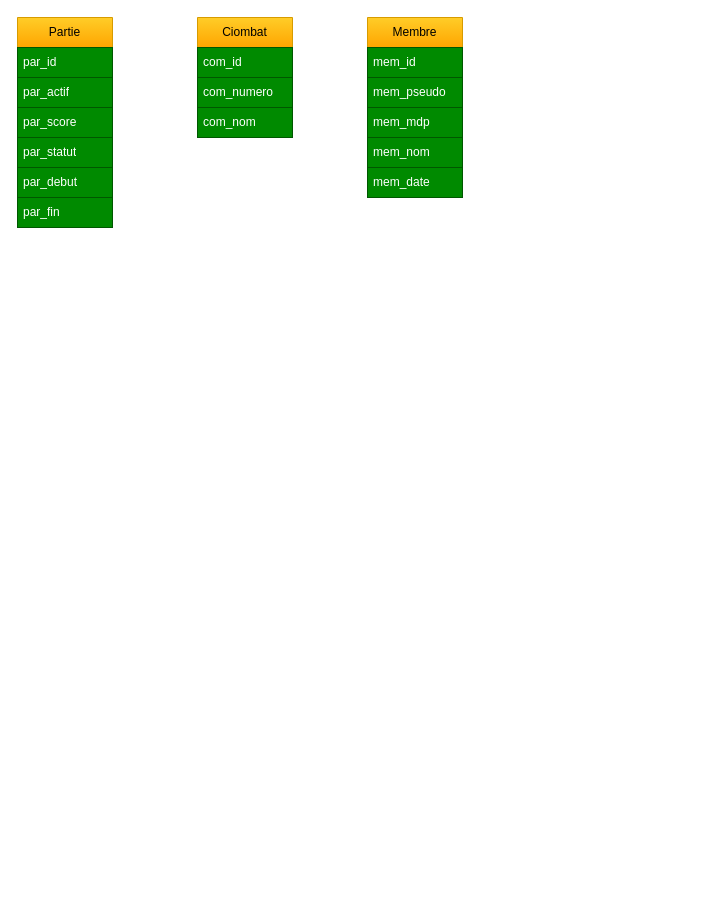
Earlier version of the draw.io diagram documents/merise/sql/mld/mld.drawio (cedwics10/pokemort). Source tidied: cells renumbered, new cells numbered last; positions are measured from the earlier drawing's top-left corner, leaving out a move shared by most shapes. Both pictures are drawn from the tidied source at 100%, with x=0, y=0 at pixel (17, 17).
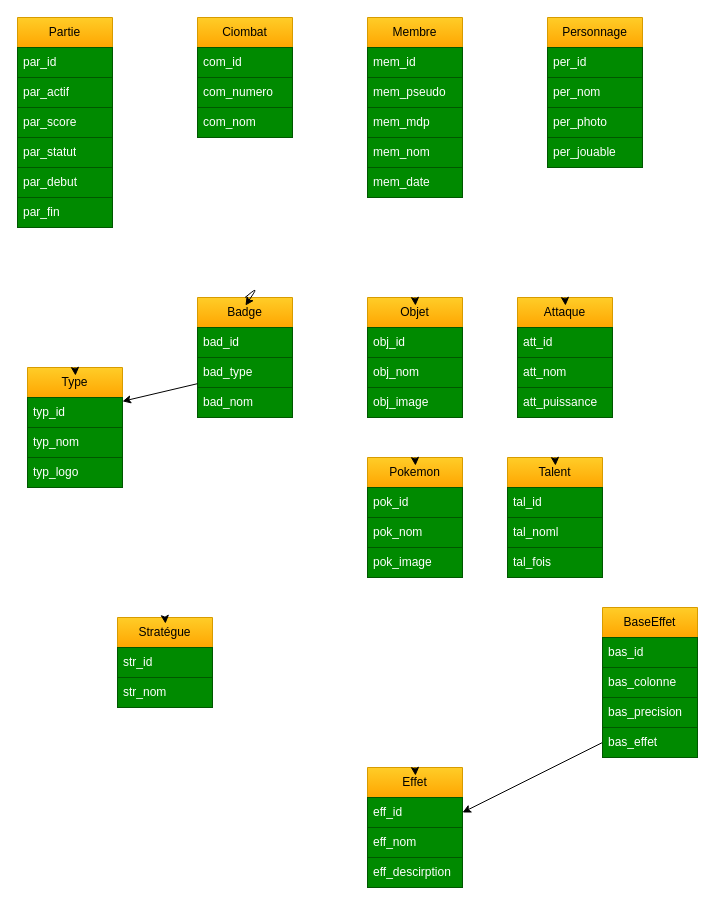
After the change.

The edit, as a diff of the source:
```diff
@@
+    <mxCell id="19" value="Personnage" style="swimlane;fontStyle=0;horizontal=1;startSize=30;whiteSpace=wrap;html=1;fillColor=#ffcd28;strokeColor=#d79b00;gradientColor=#ffa500;" parent="1" vertex="1">
+      <mxGeometry x="530" width="95" height="150" as="geometry" />
+    </mxCell>
+    <mxCell id="20" value="per_id" style="text;strokeColor=#005700;fillColor=#008a00;align=left;verticalAlign=middle;spacingLeft=4;spacingRight=4;overflow=hidden;whiteSpace=wrap;html=1;fontColor=#ffffff;" parent="19" vertex="1">
+      <mxGeometry y="30" width="95" height="30" as="geometry" />
+    </mxCell>
+    <mxCell id="21" value="per_nom" style="text;strokeColor=#005700;fillColor=#008a00;align=left;verticalAlign=middle;spacingLeft=4;spacingRight=4;overflow=hidden;whiteSpace=wrap;html=1;fontColor=#ffffff;" parent="19" vertex="1">
+      <mxGeometry y="60" width="95" height="30" as="geometry" />
+    </mxCell>
+    <mxCell id="22" value="per_photo" style="text;strokeColor=#005700;fillColor=#008a00;align=left;verticalAlign=middle;spacingLeft=4;spacingRight=4;overflow=hidden;whiteSpace=wrap;html=1;fontColor=#ffffff;" parent="19" vertex="1">
+      <mxGeometry y="90" width="95" height="30" as="geometry" />
+    </mxCell>
+    <mxCell id="23" value="per_jouable" style="text;strokeColor=#005700;fillColor=#008a00;align=left;verticalAlign=middle;spacingLeft=4;spacingRight=4;overflow=hidden;whiteSpace=wrap;html=1;fontColor=#ffffff;" parent="19" vertex="1">
+      <mxGeometry y="120" width="95" height="30" as="geometry" />
+    </mxCell>
+    <mxCell id="24" value="Type" style="swimlane;fontStyle=0;horizontal=1;startSize=30;whiteSpace=wrap;html=1;fillColor=#ffcd28;strokeColor=#d79b00;gradientColor=#ffa500;" parent="1" vertex="1">
+      <mxGeometry x="10" y="350" width="95" height="120" as="geometry" />
+    </mxCell>
+    <mxCell id="25" value="typ_id" style="text;strokeColor=#005700;fillColor=#008a00;align=left;verticalAlign=middle;spacingLeft=4;spacingRight=4;overflow=hidden;points=[[0,0.5],[1,0.5]];portConstraint=eastwest;whiteSpace=wrap;html=1;fontColor=#ffffff;" parent="24" vertex="1">
+      <mxGeometry y="30" width="95" height="30" as="geometry" />
+    </mxCell>
+    <mxCell id="26" value="typ_nom" style="text;strokeColor=#005700;fillColor=#008a00;align=left;verticalAlign=middle;spacingLeft=4;spacingRight=4;overflow=hidden;whiteSpace=wrap;html=1;fontColor=#ffffff;" parent="24" vertex="1">
+      <mxGeometry y="60" width="95" height="30" as="geometry" />
+    </mxCell>
+    <mxCell id="27" value="typ_logo" style="text;strokeColor=#005700;fillColor=#008a00;align=left;verticalAlign=middle;spacingLeft=4;spacingRight=4;overflow=hidden;whiteSpace=wrap;html=1;fontColor=#ffffff;" parent="24" vertex="1">
+      <mxGeometry y="90" width="95" height="30" as="geometry" />
+    </mxCell>
+    <mxCell id="28" style="edgeStyle=none;html=1;exitX=0.5;exitY=0;exitDx=0;exitDy=0;entryX=0.505;entryY=0.067;entryDx=0;entryDy=0;entryPerimeter=0;" parent="1" edge="1" source="24" target="24">
+      <mxGeometry relative="1" as="geometry" />
+    </mxCell>
+    <mxCell id="29" value="Badge" style="swimlane;fontStyle=0;horizontal=1;startSize=30;whiteSpace=wrap;html=1;fillColor=#ffcd28;strokeColor=#d79b00;gradientColor=#ffa500;" parent="1" vertex="1">
+      <mxGeometry x="180" y="280" width="95" height="120" as="geometry" />
+    </mxCell>
+    <mxCell id="30" value="bad_id" style="text;strokeColor=#005700;fillColor=#008a00;align=left;verticalAlign=middle;spacingLeft=4;spacingRight=4;overflow=hidden;whiteSpace=wrap;html=1;fontColor=#ffffff;" parent="29" vertex="1">
+      <mxGeometry y="30" width="95" height="30" as="geometry" />
+    </mxCell>
+    <mxCell id="31" value="bad_type" style="text;strokeColor=#005700;fillColor=#008a00;align=left;verticalAlign=middle;spacingLeft=4;spacingRight=4;overflow=hidden;points=[[0,0.5],[1,0.5]];portConstraint=eastwest;whiteSpace=wrap;html=1;fontColor=#ffffff;" parent="29" vertex="1">
+      <mxGeometry y="60" width="95" height="30" as="geometry" />
+    </mxCell>
+    <mxCell id="32" value="bad_nom" style="text;strokeColor=#005700;fillColor=#008a00;align=left;verticalAlign=middle;spacingLeft=4;spacingRight=4;overflow=hidden;whiteSpace=wrap;html=1;fontColor=#ffffff;" parent="29" vertex="1">
+      <mxGeometry y="90" width="95" height="30" as="geometry" />
+    </mxCell>
+    <mxCell id="33" style="edgeStyle=none;html=1;exitX=0.5;exitY=0;exitDx=0;exitDy=0;entryX=0.505;entryY=0.067;entryDx=0;entryDy=0;entryPerimeter=0;" parent="1" edge="1" source="29" target="29">
+      <mxGeometry relative="1" as="geometry">
+        <Array as="points">
+          <mxPoint x="240" y="270" />
+        </Array>
+      </mxGeometry>
+    </mxCell>
+    <mxCell id="34" style="edgeStyle=none;html=1;" parent="1" edge="1" source="31" target="25">
+      <mxGeometry relative="1" as="geometry" />
+    </mxCell>
+    <mxCell id="35" value="Objet" style="swimlane;fontStyle=0;horizontal=1;startSize=30;whiteSpace=wrap;html=1;fillColor=#ffcd28;strokeColor=#d79b00;gradientColor=#ffa500;" parent="1" vertex="1">
+      <mxGeometry x="350" y="280" width="95" height="120" as="geometry" />
+    </mxCell>
+    <mxCell id="36" value="obj_id" style="text;strokeColor=#005700;fillColor=#008a00;align=left;verticalAlign=middle;spacingLeft=4;spacingRight=4;overflow=hidden;whiteSpace=wrap;html=1;fontColor=#ffffff;" parent="35" vertex="1">
+      <mxGeometry y="30" width="95" height="30" as="geometry" />
+    </mxCell>
+    <mxCell id="37" value="obj_nom" style="text;strokeColor=#005700;fillColor=#008a00;align=left;verticalAlign=middle;spacingLeft=4;spacingRight=4;overflow=hidden;whiteSpace=wrap;html=1;fontColor=#ffffff;" parent="35" vertex="1">
+      <mxGeometry y="60" width="95" height="30" as="geometry" />
+    </mxCell>
+    <mxCell id="38" value="obj_image" style="text;strokeColor=#005700;fillColor=#008a00;align=left;verticalAlign=middle;spacingLeft=4;spacingRight=4;overflow=hidden;whiteSpace=wrap;html=1;fontColor=#ffffff;" parent="35" vertex="1">
+      <mxGeometry y="90" width="95" height="30" as="geometry" />
+    </mxCell>
+    <mxCell id="39" style="edgeStyle=none;html=1;exitX=0.5;exitY=0;exitDx=0;exitDy=0;entryX=0.505;entryY=0.067;entryDx=0;entryDy=0;entryPerimeter=0;" parent="1" edge="1" source="35" target="35">
+      <mxGeometry relative="1" as="geometry" />
+    </mxCell>
+    <mxCell id="40" value="Pokemon" style="swimlane;fontStyle=0;horizontal=1;startSize=30;whiteSpace=wrap;html=1;fillColor=#ffcd28;strokeColor=#d79b00;gradientColor=#ffa500;" parent="1" vertex="1">
+      <mxGeometry x="350" y="440" width="95" height="120" as="geometry" />
+    </mxCell>
+    <mxCell id="41" value="pok_id" style="text;strokeColor=#005700;fillColor=#008a00;align=left;verticalAlign=middle;spacingLeft=4;spacingRight=4;overflow=hidden;whiteSpace=wrap;html=1;fontColor=#ffffff;" parent="40" vertex="1">
+      <mxGeometry y="30" width="95" height="30" as="geometry" />
+    </mxCell>
+    <mxCell id="42" value="pok_nom" style="text;strokeColor=#005700;fillColor=#008a00;align=left;verticalAlign=middle;spacingLeft=4;spacingRight=4;overflow=hidden;whiteSpace=wrap;html=1;fontColor=#ffffff;" parent="40" vertex="1">
+      <mxGeometry y="60" width="95" height="30" as="geometry" />
+    </mxCell>
+    <mxCell id="43" value="pok_image" style="text;strokeColor=#005700;fillColor=#008a00;align=left;verticalAlign=middle;spacingLeft=4;spacingRight=4;overflow=hidden;whiteSpace=wrap;html=1;fontColor=#ffffff;" parent="40" vertex="1">
+      <mxGeometry y="90" width="95" height="30" as="geometry" />
+    </mxCell>
+    <mxCell id="44" style="edgeStyle=none;html=1;exitX=0.5;exitY=0;exitDx=0;exitDy=0;entryX=0.505;entryY=0.067;entryDx=0;entryDy=0;entryPerimeter=0;" parent="1" edge="1" source="40" target="40">
+      <mxGeometry relative="1" as="geometry" />
+    </mxCell>
+    <mxCell id="45" value="Talent" style="swimlane;fontStyle=0;horizontal=1;startSize=30;whiteSpace=wrap;html=1;fillColor=#ffcd28;strokeColor=#d79b00;gradientColor=#ffa500;" parent="1" vertex="1">
+      <mxGeometry x="490" y="440" width="95" height="120" as="geometry" />
+    </mxCell>
+    <mxCell id="46" value="tal_id" style="text;strokeColor=#005700;fillColor=#008a00;align=left;verticalAlign=middle;spacingLeft=4;spacingRight=4;overflow=hidden;whiteSpace=wrap;html=1;fontColor=#ffffff;" parent="45" vertex="1">
+      <mxGeometry y="30" width="95" height="30" as="geometry" />
+    </mxCell>
+    <mxCell id="47" value="tal_noml" style="text;strokeColor=#005700;fillColor=#008a00;align=left;verticalAlign=middle;spacingLeft=4;spacingRight=4;overflow=hidden;whiteSpace=wrap;html=1;fontColor=#ffffff;" parent="45" vertex="1">
+      <mxGeometry y="60" width="95" height="30" as="geometry" />
+    </mxCell>
+    <mxCell id="48" value="tal_fois" style="text;strokeColor=#005700;fillColor=#008a00;align=left;verticalAlign=middle;spacingLeft=4;spacingRight=4;overflow=hidden;whiteSpace=wrap;html=1;fontColor=#ffffff;" parent="45" vertex="1">
+      <mxGeometry y="90" width="95" height="30" as="geometry" />
+    </mxCell>
+    <mxCell id="49" style="edgeStyle=none;html=1;exitX=0.5;exitY=0;exitDx=0;exitDy=0;entryX=0.505;entryY=0.067;entryDx=0;entryDy=0;entryPerimeter=0;" parent="1" edge="1" source="45" target="45">
+      <mxGeometry relative="1" as="geometry" />
+    </mxCell>
+    <mxCell id="50" value="Attaque" style="swimlane;fontStyle=0;horizontal=1;startSize=30;whiteSpace=wrap;html=1;fillColor=#ffcd28;strokeColor=#d79b00;gradientColor=#ffa500;" parent="1" vertex="1">
+      <mxGeometry x="500" y="280" width="95" height="120" as="geometry" />
+    </mxCell>
+    <mxCell id="51" value="att_id" style="text;strokeColor=#005700;fillColor=#008a00;align=left;verticalAlign=middle;spacingLeft=4;spacingRight=4;overflow=hidden;whiteSpace=wrap;html=1;fontColor=#ffffff;" parent="50" vertex="1">
+      <mxGeometry y="30" width="95" height="30" as="geometry" />
+    </mxCell>
+    <mxCell id="52" value="att_nom" style="text;strokeColor=#005700;fillColor=#008a00;align=left;verticalAlign=middle;spacingLeft=4;spacingRight=4;overflow=hidden;whiteSpace=wrap;html=1;fontColor=#ffffff;" parent="50" vertex="1">
+      <mxGeometry y="60" width="95" height="30" as="geometry" />
+    </mxCell>
+    <mxCell id="53" value="att_puissance" style="text;strokeColor=#005700;fillColor=#008a00;align=left;verticalAlign=middle;spacingLeft=4;spacingRight=4;overflow=hidden;whiteSpace=wrap;html=1;fontColor=#ffffff;" parent="50" vertex="1">
+      <mxGeometry y="90" width="95" height="30" as="geometry" />
+    </mxCell>
+    <mxCell id="54" style="edgeStyle=none;html=1;exitX=0.5;exitY=0;exitDx=0;exitDy=0;entryX=0.505;entryY=0.067;entryDx=0;entryDy=0;entryPerimeter=0;" parent="1" edge="1" source="50" target="50">
+      <mxGeometry relative="1" as="geometry" />
+    </mxCell>
+    <mxCell id="55" value="BaseEffet" style="swimlane;fontStyle=0;horizontal=1;startSize=30;whiteSpace=wrap;html=1;fillColor=#ffcd28;strokeColor=#d79b00;gradientColor=#ffa500;" parent="1" vertex="1">
+      <mxGeometry x="585" y="590" width="95" height="120" as="geometry" />
+    </mxCell>
+    <mxCell id="56" value="bas_id" style="text;strokeColor=#005700;fillColor=#008a00;align=left;verticalAlign=middle;spacingLeft=4;spacingRight=4;overflow=hidden;whiteSpace=wrap;html=1;fontColor=#ffffff;" parent="55" vertex="1">
+      <mxGeometry y="30" width="95" height="30" as="geometry" />
+    </mxCell>
+    <mxCell id="57" value="bas_colonne" style="text;strokeColor=#005700;fillColor=#008a00;align=left;verticalAlign=middle;spacingLeft=4;spacingRight=4;overflow=hidden;whiteSpace=wrap;html=1;fontColor=#ffffff;" parent="55" vertex="1">
+      <mxGeometry y="60" width="95" height="30" as="geometry" />
+    </mxCell>
+    <mxCell id="58" value="bas_precision" style="text;strokeColor=#005700;fillColor=#008a00;align=left;verticalAlign=middle;spacingLeft=4;spacingRight=4;overflow=hidden;whiteSpace=wrap;html=1;fontColor=#ffffff;" parent="55" vertex="1">
+      <mxGeometry y="90" width="95" height="30" as="geometry" />
+    </mxCell>
+    <mxCell id="59" value="Effet" style="swimlane;fontStyle=0;horizontal=1;startSize=30;whiteSpace=wrap;html=1;fillColor=#ffcd28;strokeColor=#d79b00;gradientColor=#ffa500;" parent="1" vertex="1">
+      <mxGeometry x="350" y="750" width="95" height="120" as="geometry" />
+    </mxCell>
+    <mxCell id="60" value="eff_id" style="text;strokeColor=#005700;fillColor=#008a00;align=left;verticalAlign=middle;spacingLeft=4;spacingRight=4;overflow=hidden;points=[[0,0.5],[1,0.5]];portConstraint=eastwest;whiteSpace=wrap;html=1;fontColor=#ffffff;" parent="59" vertex="1">
+      <mxGeometry y="30" width="95" height="30" as="geometry" />
+    </mxCell>
+    <mxCell id="61" value="eff_nom" style="text;strokeColor=#005700;fillColor=#008a00;align=left;verticalAlign=middle;spacingLeft=4;spacingRight=4;overflow=hidden;whiteSpace=wrap;html=1;fontColor=#ffffff;" parent="59" vertex="1">
+      <mxGeometry y="60" width="95" height="30" as="geometry" />
+    </mxCell>
+    <mxCell id="62" value="eff_descirption" style="text;strokeColor=#005700;fillColor=#008a00;align=left;verticalAlign=middle;spacingLeft=4;spacingRight=4;overflow=hidden;whiteSpace=wrap;html=1;fontColor=#ffffff;" parent="59" vertex="1">
+      <mxGeometry y="90" width="95" height="30" as="geometry" />
+    </mxCell>
+    <mxCell id="63" style="edgeStyle=none;html=1;exitX=0.5;exitY=0;exitDx=0;exitDy=0;entryX=0.505;entryY=0.067;entryDx=0;entryDy=0;entryPerimeter=0;" parent="1" edge="1" source="59" target="59">
+      <mxGeometry relative="1" as="geometry" />
+    </mxCell>
+    <mxCell id="64" style="edgeStyle=none;html=1;entryX=1;entryY=0.5;entryDx=0;entryDy=0;exitX=0;exitY=0.5;exitDx=0;exitDy=0;" parent="1" edge="1" source="65" target="60">
+      <mxGeometry relative="1" as="geometry" />
+    </mxCell>
+    <mxCell id="65" value="bas_effet" style="text;strokeColor=#005700;fillColor=#008a00;align=left;verticalAlign=middle;spacingLeft=4;spacingRight=4;overflow=hidden;points=[[0,0.5],[1,0.5]];portConstraint=eastwest;whiteSpace=wrap;html=1;fontColor=#ffffff;" parent="1" vertex="1">
+      <mxGeometry x="585" y="710" width="95" height="30" as="geometry" />
+    </mxCell>
+    <mxCell id="66" value="Stratégue" style="swimlane;fontStyle=0;horizontal=1;startSize=30;whiteSpace=wrap;html=1;fillColor=#ffcd28;strokeColor=#d79b00;gradientColor=#ffa500;" parent="1" vertex="1">
+      <mxGeometry x="100" y="600" width="95" height="90" as="geometry" />
+    </mxCell>
+    <mxCell id="67" value="str_id" style="text;strokeColor=#005700;fillColor=#008a00;align=left;verticalAlign=middle;spacingLeft=4;spacingRight=4;overflow=hidden;whiteSpace=wrap;html=1;fontColor=#ffffff;" parent="66" vertex="1">
+      <mxGeometry y="30" width="95" height="30" as="geometry" />
+    </mxCell>
+    <mxCell id="68" value="str_nom" style="text;strokeColor=#005700;fillColor=#008a00;align=left;verticalAlign=middle;spacingLeft=4;spacingRight=4;overflow=hidden;whiteSpace=wrap;html=1;fontColor=#ffffff;" parent="66" vertex="1">
+      <mxGeometry y="60" width="95" height="30" as="geometry" />
+    </mxCell>
+    <mxCell id="69" style="edgeStyle=none;html=1;exitX=0.5;exitY=0;exitDx=0;exitDy=0;entryX=0.505;entryY=0.067;entryDx=0;entryDy=0;entryPerimeter=0;" parent="1" edge="1" source="66" target="66">
+      <mxGeometry relative="1" as="geometry" />
+    </mxCell>
```
